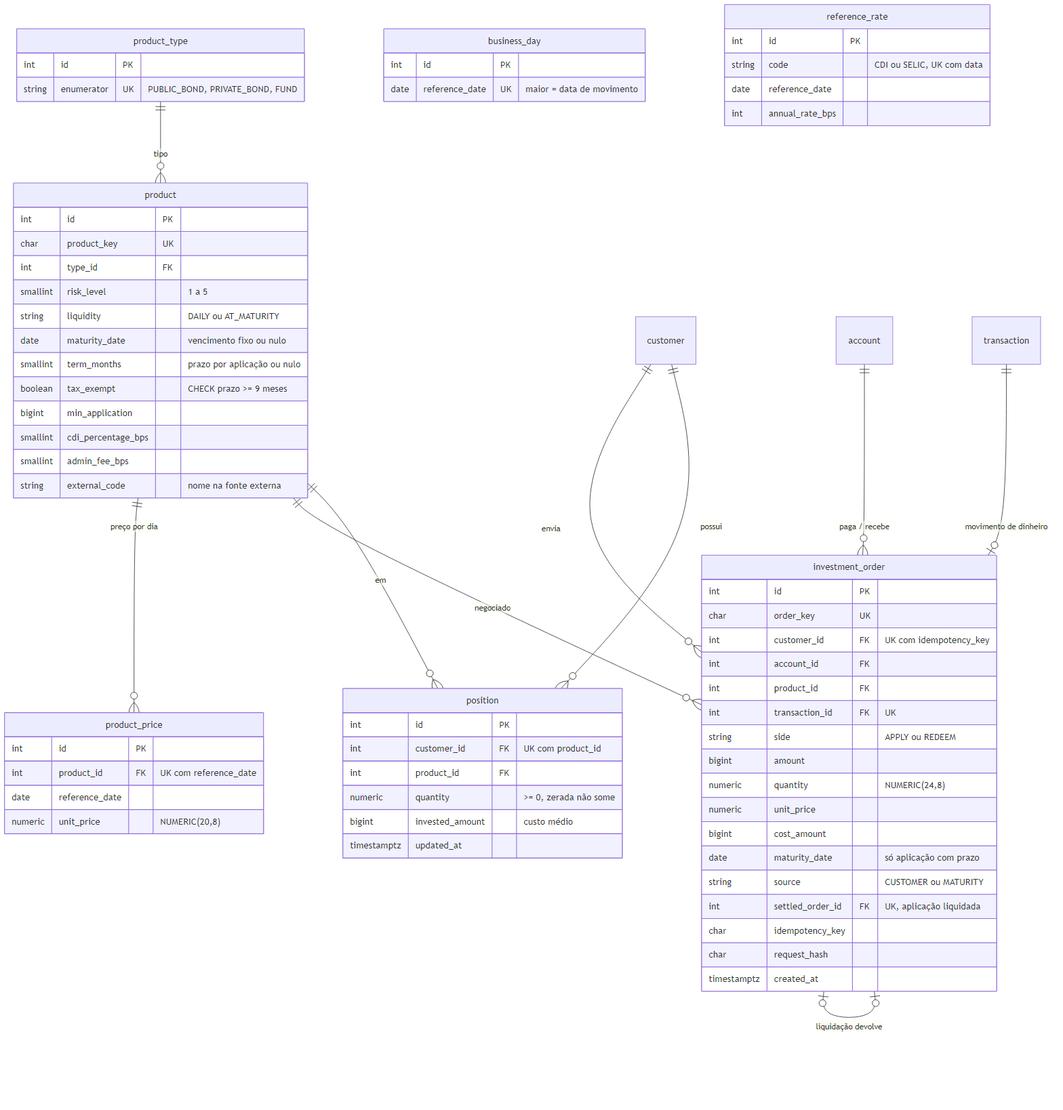
The Mermaid diagram docs/diagramas/er-produtos-e-ordens.png in heluylucas/bootcamp-qi-tech-presidas-, before a commit. Its source is kept beside it as docs/diagramas/er-produtos-e-ordens.mmd. Source of this version:
```mermaid
erDiagram
    product_type ||--o{ product : "tipo"
    product ||--o{ product_price : "preço por dia"
    customer ||--o{ investment_order : "envia"
    account ||--o{ investment_order : "paga / recebe"
    product ||--o{ investment_order : "negociado"
    transaction ||--o| investment_order : "movimento de dinheiro"
    investment_order |o--o| investment_order : "liquidação devolve"
    customer ||--o{ position : "possui"
    product ||--o{ position : "em"

    product_type {
        int id PK
        string enumerator UK "PUBLIC_BOND, PRIVATE_BOND, FUND"
    }
    product {
        int id PK
        char product_key UK
        int type_id FK
        smallint risk_level "1 a 5"
        string liquidity "DAILY ou AT_MATURITY"
        date maturity_date "vencimento fixo ou nulo"
        smallint term_months "prazo por aplicação ou nulo"
        boolean tax_exempt "CHECK prazo >= 9 meses"
        bigint min_application
        smallint cdi_percentage_bps
        smallint admin_fee_bps
        string external_code "nome na fonte externa"
    }
    product_price {
        int id PK
        int product_id FK "UK com reference_date"
        date reference_date
        numeric unit_price "NUMERIC(20,8)"
    }
    business_day {
        int id PK
        date reference_date UK "maior = data de movimento"
    }
    reference_rate {
        int id PK
        string code "CDI ou SELIC, UK com data"
        date reference_date
        int annual_rate_bps
    }
    investment_order {
        int id PK
        char order_key UK
        int customer_id FK "UK com idempotency_key"
        int account_id FK
        int product_id FK
        int transaction_id FK "UK"
        string side "APPLY ou REDEEM"
        bigint amount
        numeric quantity "NUMERIC(24,8)"
        numeric unit_price
        bigint cost_amount
        date maturity_date "só aplicação com prazo"
        string source "CUSTOMER ou MATURITY"
        int settled_order_id FK "UK, aplicação liquidada"
        char idempotency_key
        char request_hash
        timestamptz created_at
    }
    position {
        int id PK
        int customer_id FK "UK com product_id"
        int product_id FK
        numeric quantity ">= 0, zerada não some"
        bigint invested_amount "custo médio"
        timestamptz updated_at
    }
```
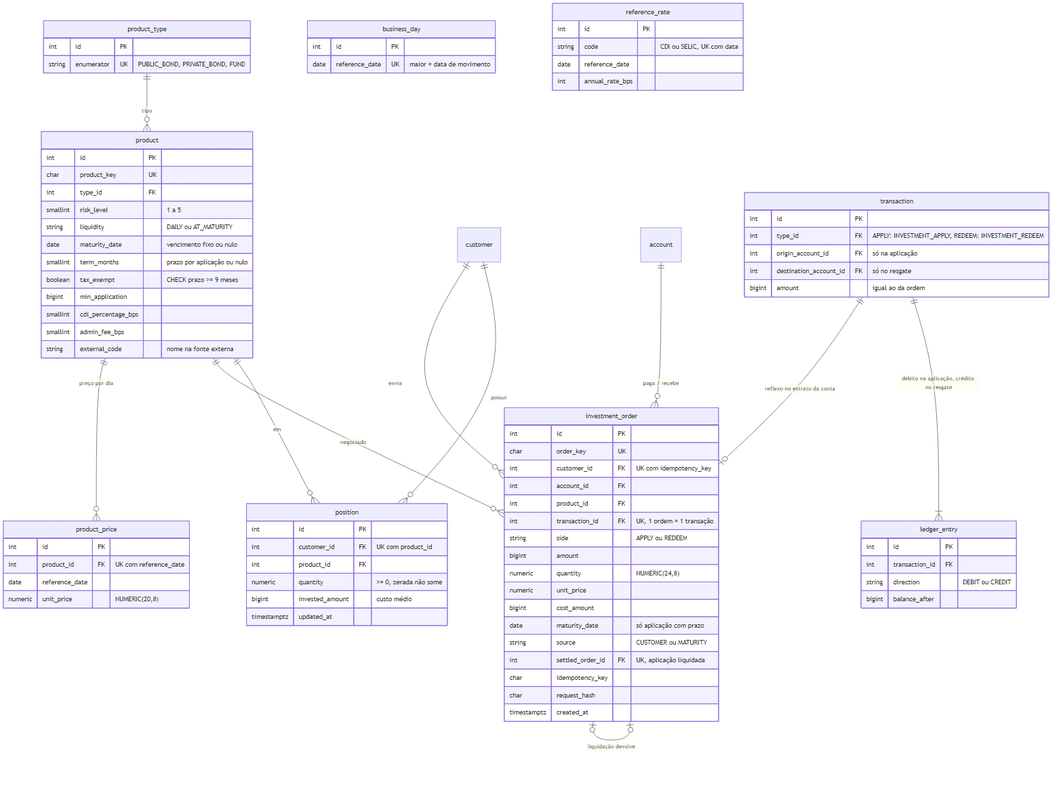
The same diagram one commit later.

The edit, as a diff of the source:
```diff
@@ -4,7 +4,8 @@
     customer ||--o{ investment_order : "envia"
     account ||--o{ investment_order : "paga / recebe"
     product ||--o{ investment_order : "negociado"
-    transaction ||--o| investment_order : "movimento de dinheiro"
+    transaction ||--o| investment_order : "reflexo no extrato da conta"
+    transaction ||--|{ ledger_entry : "débito na aplicação, crédito no resgate"
     investment_order |o--o| investment_order : "liquidação devolve"
     customer ||--o{ position : "possui"
     product ||--o{ position : "em"
@@ -49,7 +50,7 @@
         int customer_id FK "UK com idempotency_key"
         int account_id FK
         int product_id FK
-        int transaction_id FK "UK"
+        int transaction_id FK "UK, 1 ordem = 1 transação"
         string side "APPLY ou REDEEM"
         bigint amount
         numeric quantity "NUMERIC(24,8)"
@@ -62,6 +63,19 @@
         char request_hash
         timestamptz created_at
     }
+    transaction {
+        int id PK
+        int type_id FK "APPLY: INVESTMENT_APPLY, REDEEM: INVESTMENT_REDEEM"
+        int origin_account_id FK "só na aplicação"
+        int destination_account_id FK "só no resgate"
+        bigint amount "igual ao da ordem"
+    }
+    ledger_entry {
+        int id PK
+        int transaction_id FK
+        string direction "DEBIT ou CREDIT"
+        bigint balance_after
+    }
     position {
         int id PK
         int customer_id FK "UK com product_id"
```
